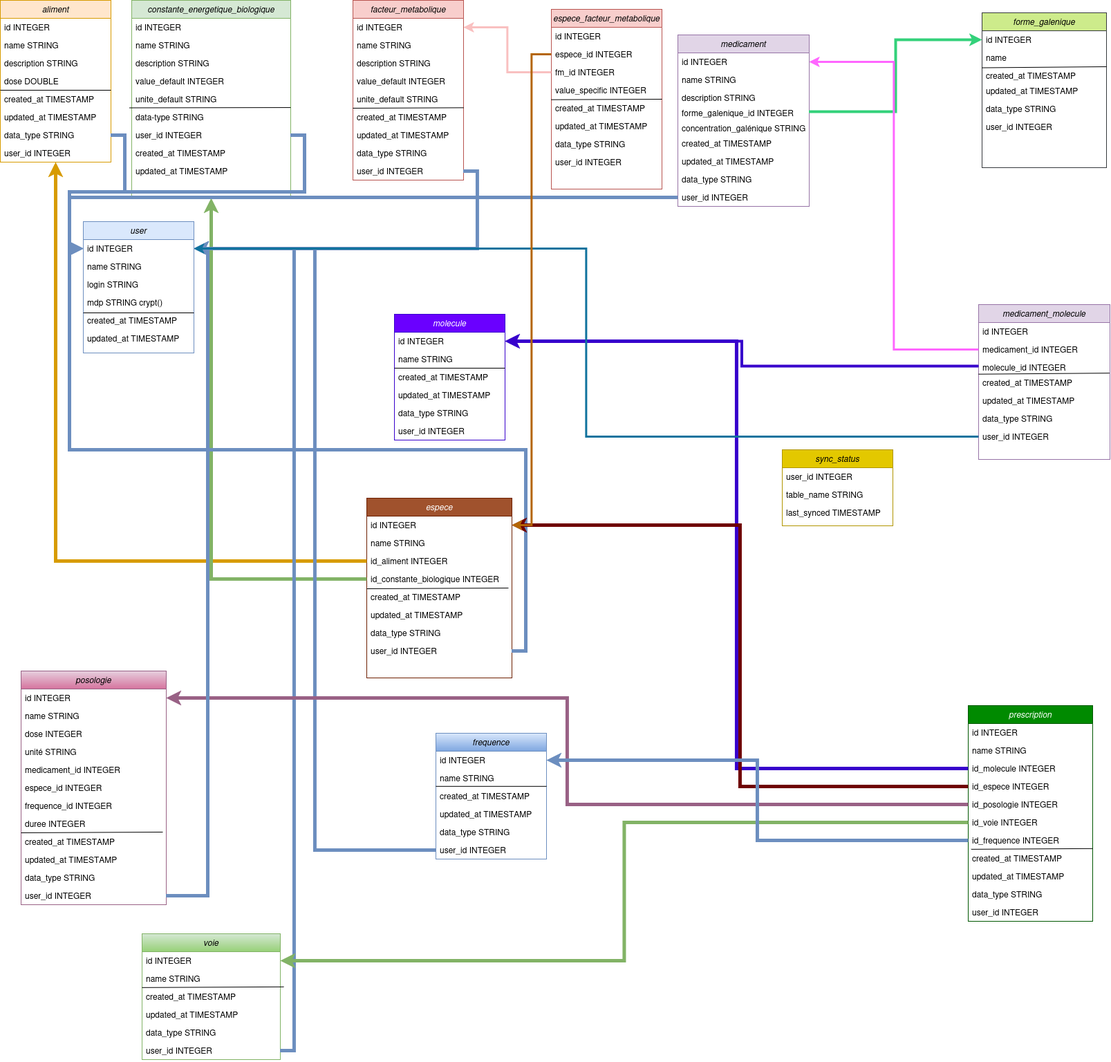
Before: Bourgelab.drawio.png, a diagram exported from draw.io (adrienCaminade/adrienCaminade). Source tidied: cells renumbered, new cells last; positions are measured from the earlier drawing's top-left corner, leaving out a move shared by most shapes.
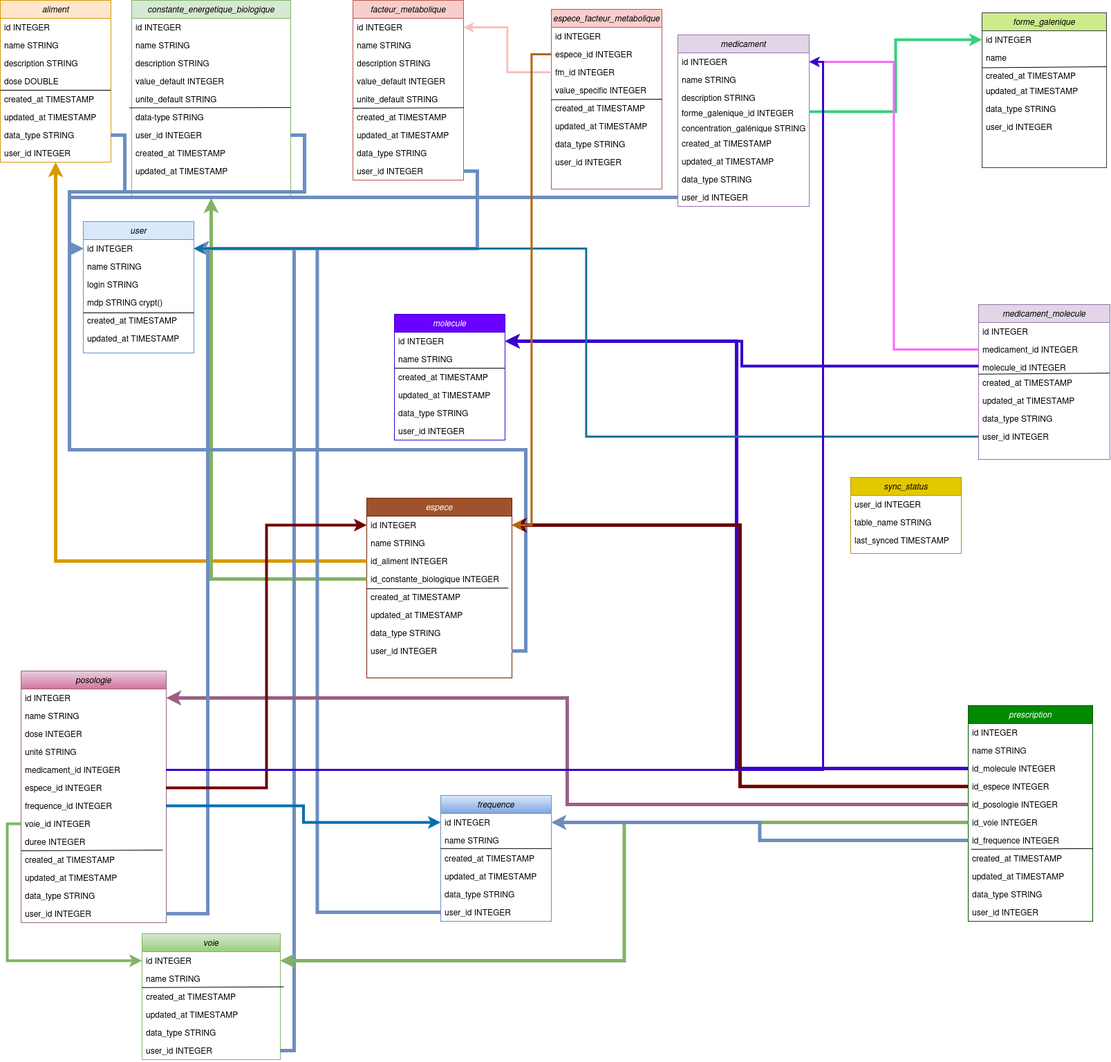
The same file after the commit.

Diff of the diagram source:
```diff
@@ -219,7 +219,7 @@
       <mxGeometry relative="1" as="geometry" />
     </mxCell>
     <mxCell id="69" value="sync_status" style="swimlane;fontStyle=2;align=center;verticalAlign=top;horizontal=1;startSize=26;rounded=0;shadow=0;strokeWidth=1;fillColor=#e3c800;strokeColor=#B09500;fontColor=#000000;" parent="1" vertex="1">
-      <mxGeometry x="1131" y="650" width="160" height="110" as="geometry" />
+      <mxGeometry x="1230" y="690" width="160" height="110" as="geometry" />
     </mxCell>
     <mxCell id="70" value="user_id INTEGER" style="text;align=left;verticalAlign=top;spacingLeft=4;spacingRight=4;overflow=hidden;" parent="69" vertex="1">
       <mxGeometry y="26" width="160" height="26" as="geometry" />
@@ -258,7 +258,7 @@
       <mxGeometry y="156" width="160" height="26" as="geometry" />
     </mxCell>
     <mxCell id="81" value="frequence" style="swimlane;fontStyle=2;align=center;verticalAlign=top;horizontal=1;startSize=26;rounded=0;shadow=0;strokeWidth=1;fillColor=#dae8fc;strokeColor=#6c8ebf;gradientColor=#7ea6e0;" parent="1" vertex="1">
-      <mxGeometry x="630" y="1060" width="160" height="182" as="geometry" />
+      <mxGeometry x="637" y="1150" width="160" height="182" as="geometry" />
     </mxCell>
     <mxCell id="82" value="id INTEGER" style="text;align=left;verticalAlign=top;spacingLeft=4;spacingRight=4;overflow=hidden;points=[[0,0.5],[1,0.5]];portConstraint=eastwest;" parent="81" vertex="1">
       <mxGeometry y="26" width="160" height="26" as="geometry" />
@@ -288,7 +288,7 @@
       <mxGeometry relative="1" as="geometry" />
     </mxCell>
     <mxCell id="90" value="posologie" style="swimlane;fontStyle=2;align=center;verticalAlign=top;horizontal=1;startSize=26;rounded=0;shadow=0;strokeWidth=1;fillColor=#e6d0de;strokeColor=#996185;gradientColor=#d5739d;" parent="1" vertex="1">
-      <mxGeometry x="30" y="970" width="210" height="338" as="geometry" />
+      <mxGeometry x="30" y="970" width="210" height="364" as="geometry" />
     </mxCell>
     <mxCell id="91" value="id INTEGER" style="text;align=left;verticalAlign=top;spacingLeft=4;spacingRight=4;overflow=hidden;points=[[0,0.5],[1,0.5]];portConstraint=eastwest;" parent="90" vertex="1">
       <mxGeometry y="26" width="210" height="26" as="geometry" />
@@ -311,26 +311,29 @@
     <mxCell id="97" value="frequence_id INTEGER" style="text;align=left;verticalAlign=top;spacingLeft=4;spacingRight=4;overflow=hidden;points=[[0,0.5],[1,0.5]];portConstraint=eastwest;rounded=0;shadow=0;html=0;" parent="90" vertex="1">
       <mxGeometry y="182" width="210" height="26" as="geometry" />
     </mxCell>
-    <mxCell id="98" value="duree INTEGER" style="text;align=left;verticalAlign=top;spacingLeft=4;spacingRight=4;overflow=hidden;points=[[0,0.5],[1,0.5]];portConstraint=eastwest;rounded=0;shadow=0;html=0;" parent="90" vertex="1">
+    <mxCell id="98" value="voie_id INTEGER" style="text;align=left;verticalAlign=top;spacingLeft=4;spacingRight=4;overflow=hidden;points=[[0,0.5],[1,0.5]];portConstraint=eastwest;rounded=0;shadow=0;html=0;" parent="90" vertex="1">
       <mxGeometry y="208" width="210" height="26" as="geometry" />
     </mxCell>
+    <mxCell id="165" value="duree INTEGER" style="text;align=left;verticalAlign=top;spacingLeft=4;spacingRight=4;overflow=hidden;rounded=0;shadow=0;html=0;" parent="90" vertex="1">
+      <mxGeometry y="234" width="210" height="26" as="geometry" />
+    </mxCell>
     <mxCell id="99" value="created_at TIMESTAMP" style="text;align=left;verticalAlign=top;spacingLeft=4;spacingRight=4;overflow=hidden;rounded=0;shadow=0;html=0;" parent="90" vertex="1">
-      <mxGeometry y="234" width="210" height="26" as="geometry" />
+      <mxGeometry y="260" width="210" height="26" as="geometry" />
     </mxCell>
     <mxCell id="100" style="endArrow=none;html=1;rounded=0;exitX=0.019;exitY=0.077;exitDx=0;exitDy=0;exitPerimeter=0;entryX=0.995;entryY=1.038;entryDx=0;entryDy=0;entryPerimeter=0;" parent="90" edge="1">
       <mxGeometry relative="1" as="geometry">
-        <mxPoint y="234" as="sourcePoint" />
-        <mxPoint x="205" y="233" as="targetPoint" />
+        <mxPoint y="260" as="sourcePoint" />
+        <mxPoint x="205" y="259" as="targetPoint" />
       </mxGeometry>
     </mxCell>
     <mxCell id="101" value="updated_at TIMESTAMP" style="text;align=left;verticalAlign=top;spacingLeft=4;spacingRight=4;overflow=hidden;rounded=0;shadow=0;html=0;" parent="90" vertex="1">
-      <mxGeometry y="260" width="210" height="26" as="geometry" />
+      <mxGeometry y="286" width="210" height="26" as="geometry" />
     </mxCell>
     <mxCell id="102" value="data_type STRING" style="text;align=left;verticalAlign=top;spacingLeft=4;spacingRight=4;overflow=hidden;rounded=0;shadow=0;html=0;" parent="90" vertex="1">
-      <mxGeometry y="286" width="210" height="26" as="geometry" />
+      <mxGeometry y="312" width="210" height="26" as="geometry" />
     </mxCell>
     <mxCell id="103" value="user_id INTEGER" style="text;align=left;verticalAlign=top;spacingLeft=4;spacingRight=4;overflow=hidden;points=[[0,0.5],[1,0.5]];portConstraint=eastwest;rounded=0;shadow=0;html=0;" parent="90" vertex="1">
-      <mxGeometry y="312" width="210" height="26" as="geometry" />
+      <mxGeometry y="338" width="210" height="26" as="geometry" />
     </mxCell>
     <mxCell id="104" value="voie" style="swimlane;fontStyle=2;align=center;verticalAlign=top;horizontal=1;startSize=26;rounded=0;shadow=0;strokeWidth=1;fillColor=#d5e8d4;strokeColor=#82b366;gradientColor=#97d077;" parent="1" vertex="1">
       <mxGeometry x="205" y="1350" width="200" height="182" as="geometry" />
@@ -529,5 +532,17 @@
     <mxCell id="164" style="edgeStyle=orthogonalEdgeStyle;rounded=0;jettySize=auto;html=1;exitX=0;exitY=0.5;exitDx=0;exitDy=0;entryX=1;entryY=0.5;entryDx=0;entryDy=0;strokeWidth=3;fillColor=#fad7ac;strokeColor=#b46504;" parent="1" edge="1" source="134" target="35">
       <mxGeometry relative="1" as="geometry" />
     </mxCell>
+    <mxCell id="166" style="edgeStyle=orthogonalEdgeStyle;rounded=0;jettySize=auto;html=1;exitX=1;exitY=0.5;exitDx=0;exitDy=0;fillColor=#1ba1e2;strokeColor=#006EAF;strokeWidth=4;" parent="1" edge="1" source="97" target="82">
+      <mxGeometry relative="1" as="geometry" />
+    </mxCell>
+    <mxCell id="167" style="edgeStyle=orthogonalEdgeStyle;rounded=0;jettySize=auto;html=1;exitX=0;exitY=0.5;exitDx=0;exitDy=0;entryX=0;entryY=0.5;entryDx=0;entryDy=0;fillColor=#d5e8d4;strokeColor=#82b366;strokeWidth=4;" parent="1" edge="1" source="98" target="105">
+      <mxGeometry relative="1" as="geometry" />
+    </mxCell>
+    <mxCell id="168" style="edgeStyle=orthogonalEdgeStyle;rounded=0;jettySize=auto;html=1;exitX=1;exitY=0.5;exitDx=0;exitDy=0;entryX=0;entryY=0.5;entryDx=0;entryDy=0;fillColor=#a20025;strokeColor=#6F0000;strokeWidth=4;" parent="1" edge="1" source="96" target="35">
+      <mxGeometry relative="1" as="geometry" />
+    </mxCell>
+    <mxCell id="169" style="edgeStyle=orthogonalEdgeStyle;rounded=0;jettySize=auto;html=1;exitX=1;exitY=0.5;exitDx=0;exitDy=0;entryX=1;entryY=0.5;entryDx=0;entryDy=0;fillColor=#6a00ff;strokeColor=#3700CC;strokeWidth=3;" parent="1" edge="1" source="95" target="45">
+      <mxGeometry relative="1" as="geometry" />
+    </mxCell>
   </root>
 </mxGraphModel>
```
